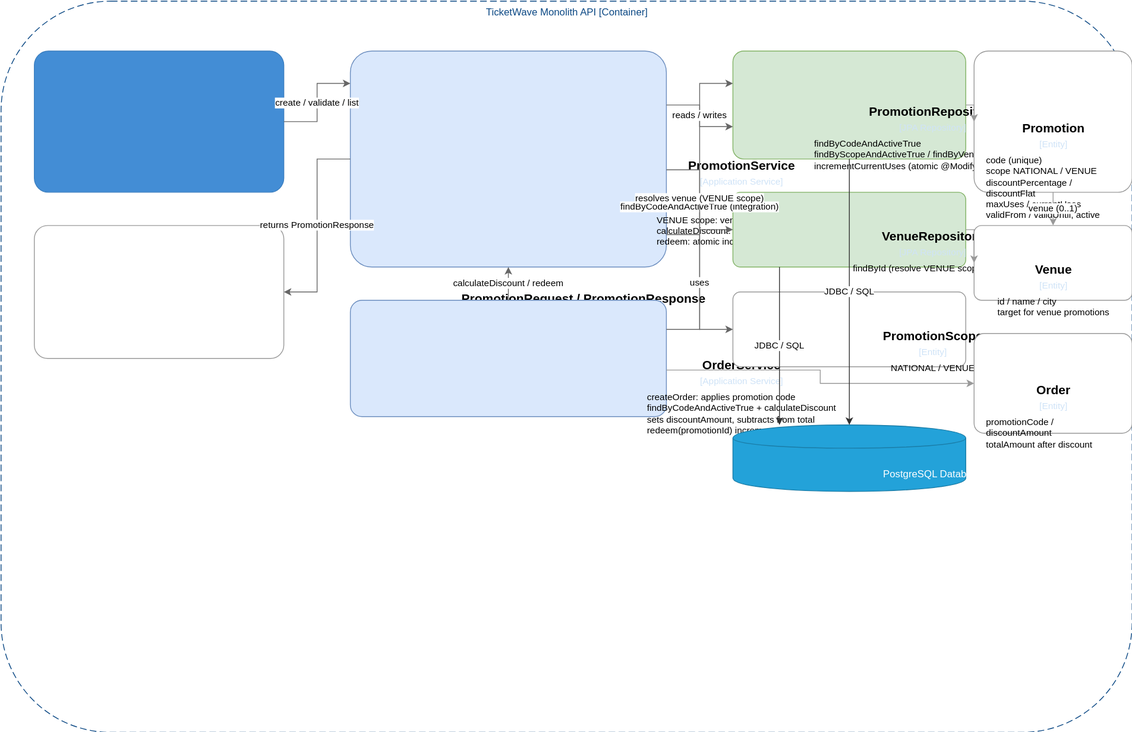
Earlier version of the draw.io export diagrams/c4model/ticketwave-c3-promotions-service.drawio.svg (Juanchoque1206/soe-TicketWave). Source tidied: cells renumbered, new cells last; positions are measured from the earlier drawing's top-left corner, leaving out a move shared by most shapes.
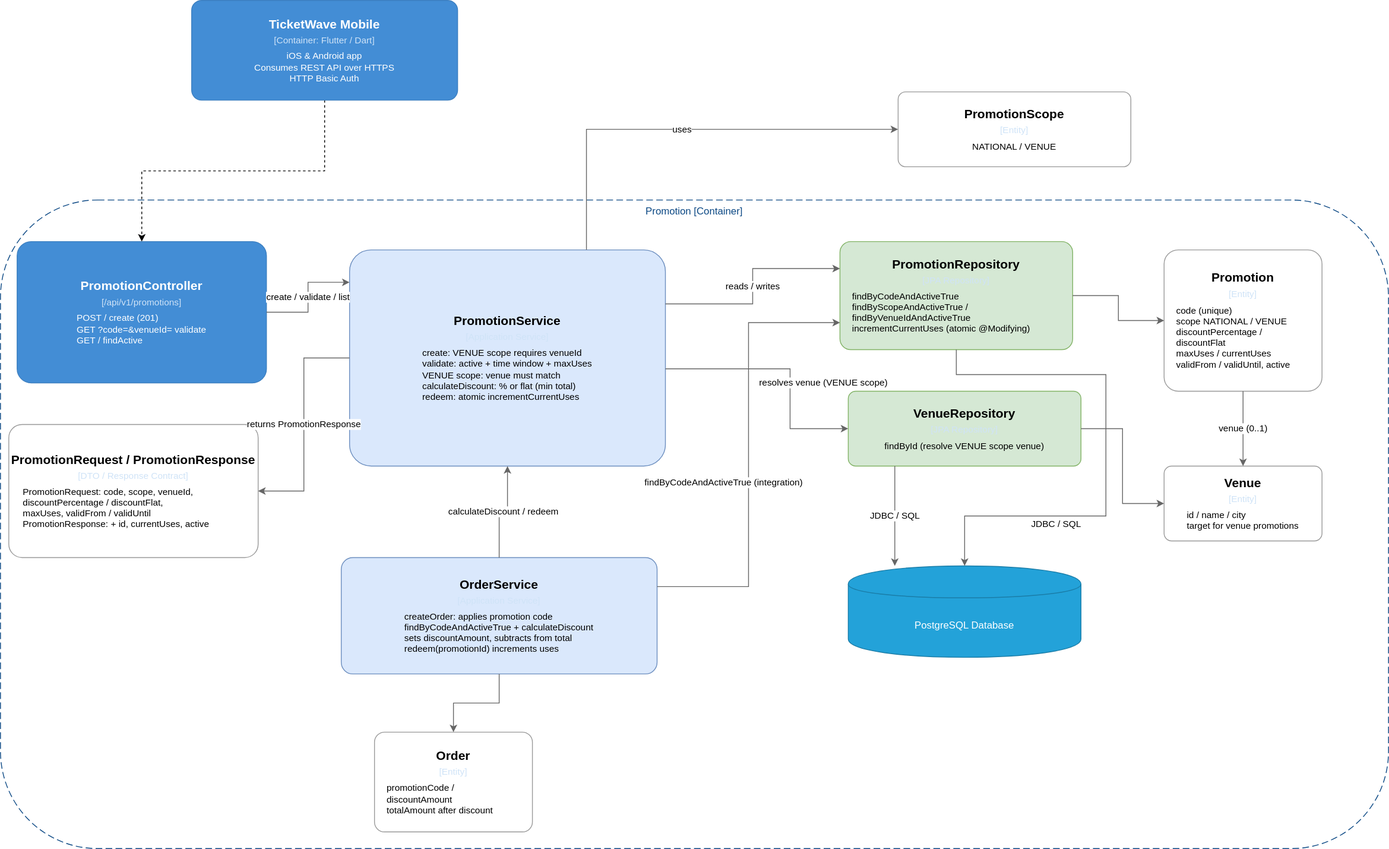
Later version of the same file.

What changed in the source:
```diff
@@ -2,41 +2,41 @@
   <root>
     <mxCell id="0" />
     <mxCell id="1" parent="0" />
-    <mxCell id="2" value="TicketWave Monolith API [Container]" style="group;rounded=1;whiteSpace=wrap;html=1;dashed=1;strokeColor=#0b4884;fillColor=none;fontColor=#0b4884;dashPattern=8 4;" parent="1" vertex="1">
-      <mxGeometry width="1360" height="880" as="geometry" />
+    <mxCell id="2" value="Promotion&amp;nbsp;[Container]" style="group;rounded=1;whiteSpace=wrap;html=1;dashed=1;strokeColor=#0b4884;fillColor=none;fontColor=#0b4884;dashPattern=8 4;" parent="1" vertex="1">
+      <mxGeometry width="1670" height="780" as="geometry" />
     </mxCell>
     <mxCell id="3" value="&lt;div style=&quot;border-color: rgb(218, 220, 224); font-size: 15px; font-weight: bold; margin-bottom: 4px;&quot;&gt;PromotionController&lt;/div&gt;&lt;div style=&quot;border-color: rgb(218, 220, 224); font-size: 11px; color: rgb(207, 227, 247); margin-bottom: 6px;&quot;&gt;[/api/v1/promotions]&lt;/div&gt;&lt;div style=&quot;border-color: rgb(218, 220, 224); font-size: 11px; text-align: left; padding: 0px 14px;&quot;&gt;POST /  create (201)&lt;/div&gt;&lt;div style=&quot;border-color: rgb(218, 220, 224); font-size: 11px; text-align: left; padding: 0px 14px;&quot;&gt;GET ?code=&amp;venueId=  validate&lt;/div&gt;&lt;div style=&quot;border-color: rgb(218, 220, 224); font-size: 11px; text-align: left; padding: 0px 14px;&quot;&gt;GET /  findActive&lt;/div&gt;" style="rounded=1;whiteSpace=wrap;html=1;fillColor=#438dd5;strokeColor=#3c7fc0;fontColor=#ffffff;arcSize=10;" parent="1" vertex="1">
-      <mxGeometry x="40" y="60" width="300" height="170" as="geometry" />
+      <mxGeometry x="20" y="50" width="300" height="170" as="geometry" />
     </mxCell>
     <mxCell id="4" value="&lt;div style=&quot;border-color: rgb(218, 220, 224); font-size: 15px; font-weight: bold; margin-bottom: 4px;&quot;&gt;PromotionRequest / PromotionResponse&lt;/div&gt;&lt;div style=&quot;border-color: rgb(218, 220, 224); font-size: 11px; color: rgb(207, 227, 247); margin-bottom: 6px;&quot;&gt;[DTO / Response Contract]&lt;/div&gt;&lt;div style=&quot;border-color: rgb(218, 220, 224); font-size: 11px; text-align: left; padding: 0px 14px;&quot;&gt;PromotionRequest: code, scope, venueId,&lt;/div&gt;&lt;div style=&quot;border-color: rgb(218, 220, 224); font-size: 11px; text-align: left; padding: 0px 14px;&quot;&gt;discountPercentage / discountFlat,&lt;/div&gt;&lt;div style=&quot;border-color: rgb(218, 220, 224); font-size: 11px; text-align: left; padding: 0px 14px;&quot;&gt;maxUses, validFrom / validUntil&lt;/div&gt;&lt;div style=&quot;border-color: rgb(218, 220, 224); font-size: 11px; text-align: left; padding: 0px 14px;&quot;&gt;PromotionResponse: + id, currentUses, active&lt;/div&gt;" style="rounded=1;whiteSpace=wrap;html=1;fillColor=#ffffff;strokeColor=#999999;arcSize=10;" parent="1" vertex="1">
-      <mxGeometry x="40" y="270" width="300" height="160" as="geometry" />
+      <mxGeometry x="10" y="270" width="300" height="160" as="geometry" />
     </mxCell>
     <mxCell id="5" value="&lt;div style=&quot;border-color: rgb(218, 220, 224); font-size: 15px; font-weight: bold; margin-bottom: 4px;&quot;&gt;PromotionService&lt;/div&gt;&lt;div style=&quot;border-color: rgb(218, 220, 224); font-size: 11px; color: rgb(207, 227, 247); margin-bottom: 6px;&quot;&gt;[Application Service]&lt;/div&gt;&lt;div style=&quot;border-color: rgb(218, 220, 224); font-size: 11px; text-align: left; padding: 0px 14px;&quot;&gt;create: VENUE scope requires venueId&lt;/div&gt;&lt;div style=&quot;border-color: rgb(218, 220, 224); font-size: 11px; text-align: left; padding: 0px 14px;&quot;&gt;validate: active + time window + maxUses&lt;/div&gt;&lt;div style=&quot;border-color: rgb(218, 220, 224); font-size: 11px; text-align: left; padding: 0px 14px;&quot;&gt;VENUE scope: venue must match&lt;/div&gt;&lt;div style=&quot;border-color: rgb(218, 220, 224); font-size: 11px; text-align: left; padding: 0px 14px;&quot;&gt;calculateDiscount: % or flat (min total)&lt;/div&gt;&lt;div style=&quot;border-color: rgb(218, 220, 224); font-size: 11px; text-align: left; padding: 0px 14px;&quot;&gt;redeem: atomic incrementCurrentUses&lt;/div&gt;" style="rounded=1;whiteSpace=wrap;html=1;fillColor=#dae8fc;strokeColor=#6c8ebf;arcSize=10;" parent="1" vertex="1">
       <mxGeometry x="420" y="60" width="380" height="260" as="geometry" />
     </mxCell>
     <mxCell id="6" value="&lt;div style=&quot;border-color: rgb(218, 220, 224); font-size: 15px; font-weight: bold; margin-bottom: 4px;&quot;&gt;OrderService&lt;/div&gt;&lt;div style=&quot;border-color: rgb(218, 220, 224); font-size: 11px; color: rgb(207, 227, 247); margin-bottom: 6px;&quot;&gt;[Application Service]&lt;/div&gt;&lt;div style=&quot;border-color: rgb(218, 220, 224); font-size: 11px; text-align: left; padding: 0px 14px;&quot;&gt;createOrder: applies promotion code&lt;/div&gt;&lt;div style=&quot;border-color: rgb(218, 220, 224); font-size: 11px; text-align: left; padding: 0px 14px;&quot;&gt;findByCodeAndActiveTrue + calculateDiscount&lt;/div&gt;&lt;div style=&quot;border-color: rgb(218, 220, 224); font-size: 11px; text-align: left; padding: 0px 14px;&quot;&gt;sets discountAmount, subtracts from total&lt;/div&gt;&lt;div style=&quot;border-color: rgb(218, 220, 224); font-size: 11px; text-align: left; padding: 0px 14px;&quot;&gt;redeem(promotionId) increments uses&lt;/div&gt;" style="rounded=1;whiteSpace=wrap;html=1;fillColor=#dae8fc;strokeColor=#6c8ebf;arcSize=10;" parent="1" vertex="1">
-      <mxGeometry x="420" y="360" width="380" height="140" as="geometry" />
+      <mxGeometry x="410" y="430" width="380" height="140" as="geometry" />
     </mxCell>
     <mxCell id="7" value="&lt;div style=&quot;border-color: rgb(218, 220, 224); font-size: 15px; font-weight: bold; margin-bottom: 4px;&quot;&gt;PromotionRepository&lt;/div&gt;&lt;div style=&quot;border-color: rgb(218, 220, 224); font-size: 11px; color: rgb(207, 227, 247); margin-bottom: 6px;&quot;&gt;[JPA Repository]&lt;/div&gt;&lt;div style=&quot;border-color: rgb(218, 220, 224); font-size: 11px; text-align: left; padding: 0px 14px;&quot;&gt;findByCodeAndActiveTrue&lt;/div&gt;&lt;div style=&quot;border-color: rgb(218, 220, 224); font-size: 11px; text-align: left; padding: 0px 14px;&quot;&gt;findByScopeAndActiveTrue / findByVenueIdAndActiveTrue&lt;/div&gt;&lt;div style=&quot;border-color: rgb(218, 220, 224); font-size: 11px; text-align: left; padding: 0px 14px;&quot;&gt;incrementCurrentUses (atomic @Modifying)&lt;/div&gt;" style="rounded=1;whiteSpace=wrap;html=1;fillColor=#d5e8d4;strokeColor=#82b366;arcSize=10;" parent="1" vertex="1">
-      <mxGeometry x="880" y="60" width="280" height="130" as="geometry" />
+      <mxGeometry x="1010" y="50" width="280" height="130" as="geometry" />
     </mxCell>
     <mxCell id="8" value="&lt;div style=&quot;border-color: rgb(218, 220, 224); font-size: 15px; font-weight: bold; margin-bottom: 4px;&quot;&gt;VenueRepository&lt;/div&gt;&lt;div style=&quot;border-color: rgb(218, 220, 224); font-size: 11px; color: rgb(207, 227, 247); margin-bottom: 6px;&quot;&gt;[JPA Repository]&lt;/div&gt;&lt;div style=&quot;border-color: rgb(218, 220, 224); font-size: 11px; text-align: left; padding: 0px 14px;&quot;&gt;findById (resolve VENUE scope venue)&lt;/div&gt;" style="rounded=1;whiteSpace=wrap;html=1;fillColor=#d5e8d4;strokeColor=#82b366;arcSize=10;" parent="1" vertex="1">
-      <mxGeometry x="880" y="230" width="280" height="90" as="geometry" />
+      <mxGeometry x="1020" y="230" width="280" height="90" as="geometry" />
     </mxCell>
     <mxCell id="9" value="&lt;div style=&quot;border-color: rgb(218, 220, 224); font-size: 15px; font-weight: bold; margin-bottom: 4px;&quot;&gt;PromotionScope&lt;/div&gt;&lt;div style=&quot;border-color: rgb(218, 220, 224); font-size: 11px; color: rgb(207, 227, 247); margin-bottom: 6px;&quot;&gt;[Entity]&lt;/div&gt;&lt;div style=&quot;border-color: rgb(218, 220, 224); font-size: 11px; text-align: left; padding: 0px 14px;&quot;&gt;NATIONAL / VENUE&lt;/div&gt;" style="rounded=1;whiteSpace=wrap;html=1;fillColor=#ffffff;strokeColor=#999999;arcSize=10;" parent="1" vertex="1">
-      <mxGeometry x="880" y="350" width="280" height="90" as="geometry" />
+      <mxGeometry x="1080" y="-130" width="280" height="90" as="geometry" />
     </mxCell>
     <mxCell id="10" value="PostgreSQL Database" style="shape=cylinder;whiteSpace=wrap;html=1;boundedLbl=1;backgroundOutline=1;fillColor=#23a2d9;strokeColor=#1a7da8;fontColor=#ffffff;" parent="1" vertex="1">
-      <mxGeometry x="880" y="510" width="280" height="80" as="geometry" />
+      <mxGeometry x="1020" y="440" width="280" height="110" as="geometry" />
     </mxCell>
     <mxCell id="11" value="&lt;div style=&quot;border-color: rgb(218, 220, 224); font-size: 15px; font-weight: bold; margin-bottom: 4px;&quot;&gt;Promotion&lt;/div&gt;&lt;div style=&quot;border-color: rgb(218, 220, 224); font-size: 11px; color: rgb(207, 227, 247); margin-bottom: 6px;&quot;&gt;[Entity]&lt;/div&gt;&lt;div style=&quot;border-color: rgb(218, 220, 224); font-size: 11px; text-align: left; padding: 0px 14px;&quot;&gt;code (unique)&lt;/div&gt;&lt;div style=&quot;border-color: rgb(218, 220, 224); font-size: 11px; text-align: left; padding: 0px 14px;&quot;&gt;scope NATIONAL / VENUE&lt;/div&gt;&lt;div style=&quot;border-color: rgb(218, 220, 224); font-size: 11px; text-align: left; padding: 0px 14px;&quot;&gt;discountPercentage / discountFlat&lt;/div&gt;&lt;div style=&quot;border-color: rgb(218, 220, 224); font-size: 11px; text-align: left; padding: 0px 14px;&quot;&gt;maxUses / currentUses&lt;/div&gt;&lt;div style=&quot;border-color: rgb(218, 220, 224); font-size: 11px; text-align: left; padding: 0px 14px;&quot;&gt;validFrom / validUntil, active&lt;/div&gt;" style="rounded=1;whiteSpace=wrap;html=1;fillColor=#ffffff;strokeColor=#999999;arcSize=10;" parent="1" vertex="1">
-      <mxGeometry x="1170" y="60" width="190" height="170" as="geometry" />
+      <mxGeometry x="1400" y="60" width="190" height="170" as="geometry" />
     </mxCell>
     <mxCell id="12" value="&lt;div style=&quot;border-color: rgb(218, 220, 224); font-size: 15px; font-weight: bold; margin-bottom: 4px;&quot;&gt;Venue&lt;/div&gt;&lt;div style=&quot;border-color: rgb(218, 220, 224); font-size: 11px; color: rgb(207, 227, 247); margin-bottom: 6px;&quot;&gt;[Entity]&lt;/div&gt;&lt;div style=&quot;border-color: rgb(218, 220, 224); font-size: 11px; text-align: left; padding: 0px 14px;&quot;&gt;id / name / city&lt;/div&gt;&lt;div style=&quot;border-color: rgb(218, 220, 224); font-size: 11px; text-align: left; padding: 0px 14px;&quot;&gt;target for venue promotions&lt;/div&gt;" style="rounded=1;whiteSpace=wrap;html=1;fillColor=#ffffff;strokeColor=#999999;arcSize=10;" parent="1" vertex="1">
-      <mxGeometry x="1170" y="270" width="190" height="90" as="geometry" />
+      <mxGeometry x="1400" y="320" width="190" height="90" as="geometry" />
     </mxCell>
     <mxCell id="13" value="&lt;div style=&quot;border-color: rgb(218, 220, 224); font-size: 15px; font-weight: bold; margin-bottom: 4px;&quot;&gt;Order&lt;/div&gt;&lt;div style=&quot;border-color: rgb(218, 220, 224); font-size: 11px; color: rgb(207, 227, 247); margin-bottom: 6px;&quot;&gt;[Entity]&lt;/div&gt;&lt;div style=&quot;border-color: rgb(218, 220, 224); font-size: 11px; text-align: left; padding: 0px 14px;&quot;&gt;promotionCode / discountAmount&lt;/div&gt;&lt;div style=&quot;border-color: rgb(218, 220, 224); font-size: 11px; text-align: left; padding: 0px 14px;&quot;&gt;totalAmount after discount&lt;/div&gt;" style="rounded=1;whiteSpace=wrap;html=1;fillColor=#ffffff;strokeColor=#999999;arcSize=10;" parent="1" vertex="1">
-      <mxGeometry x="1170" y="400" width="190" height="120" as="geometry" />
+      <mxGeometry x="450" y="640" width="190" height="120" as="geometry" />
     </mxCell>
     <mxCell id="14" value="create / validate / list" style="edgeStyle=orthogonalEdgeStyle;rounded=0;html=1;strokeColor=#666666;exitX=1;exitY=0.5;entryX=0;entryY=0.15;" parent="1" edge="1" source="3" target="5">
       <mxGeometry relative="1" as="geometry" />
@@ -47,35 +47,53 @@
     <mxCell id="16" value="calculateDiscount / redeem" style="edgeStyle=orthogonalEdgeStyle;rounded=0;html=1;strokeColor=#666666;exitX=0.5;exitY=0;entryX=0.5;entryY=1;" parent="1" edge="1" source="6" target="5">
       <mxGeometry relative="1" as="geometry" />
     </mxCell>
-    <mxCell id="17" value="findByCodeAndActiveTrue (integration)" style="edgeStyle=orthogonalEdgeStyle;rounded=0;html=1;strokeColor=#666666;exitX=1;exitY=0.25;entryX=0;entryY=0.3;" parent="1" edge="1" source="6" target="7">
-      <mxGeometry relative="1" as="geometry" />
+    <mxCell id="17" value="findByCodeAndActiveTrue (integration)" style="edgeStyle=orthogonalEdgeStyle;rounded=0;html=1;strokeColor=#666666;exitX=1;exitY=0.25;entryX=0;entryY=0.75;entryDx=0;entryDy=0;" parent="1" edge="1" source="6" target="7">
+      <mxGeometry x="-0.13" y="30" relative="1" as="geometry" />
     </mxCell>
-    <mxCell id="18" value="reads / writes" style="edgeStyle=orthogonalEdgeStyle;rounded=0;html=1;strokeColor=#666666;exitX=1;exitY=0.25;entryX=0;entryY=0.7;" parent="1" edge="1" source="5" target="7">
+    <mxCell id="18" value="reads / writes" style="edgeStyle=orthogonalEdgeStyle;rounded=0;html=1;strokeColor=#666666;exitX=1;exitY=0.25;entryX=0;entryY=0.25;entryDx=0;entryDy=0;" parent="1" edge="1" source="5" target="7">
       <mxGeometry relative="1" as="geometry" />
     </mxCell>
     <mxCell id="19" value="resolves venue (VENUE scope)" style="edgeStyle=orthogonalEdgeStyle;rounded=0;html=1;strokeColor=#666666;exitX=1;exitY=0.55;entryX=0;entryY=0.5;" parent="1" edge="1" source="5" target="8">
-      <mxGeometry relative="1" as="geometry" />
+      <mxGeometry x="0.14" y="40" relative="1" as="geometry">
+        <Array as="points">
+          <mxPoint x="950" y="203" />
+          <mxPoint x="950" y="275" />
+        </Array>
+      </mxGeometry>
     </mxCell>
-    <mxCell id="20" value="uses" style="edgeStyle=orthogonalEdgeStyle;rounded=0;html=1;strokeColor=#666666;exitX=1;exitY=0.85;entryX=0;entryY=0.5;" parent="1" edge="1" source="5" target="9">
+    <mxCell id="20" value="uses" style="edgeStyle=orthogonalEdgeStyle;rounded=0;html=1;strokeColor=#666666;exitX=0.75;exitY=0;entryX=0;entryY=0.5;exitDx=0;exitDy=0;" parent="1" edge="1" source="5" target="9">
       <mxGeometry relative="1" as="geometry" />
     </mxCell>
-    <mxCell id="21" style="edgeStyle=orthogonalEdgeStyle;rounded=0;html=1;strokeColor=#666666;strokeColor=#999999;exitX=1;exitY=0.6;entryX=0;entryY=0.5;" parent="1" edge="1" source="6" target="13">
+    <mxCell id="21" style="edgeStyle=orthogonalEdgeStyle;rounded=0;html=1;strokeColor=#666666;exitX=0.5;exitY=1;entryX=0.5;entryY=0;entryDx=0;entryDy=0;exitDx=0;exitDy=0;" parent="1" edge="1" source="6" target="13">
       <mxGeometry relative="1" as="geometry" />
     </mxCell>
-    <mxCell id="22" style="edgeStyle=orthogonalEdgeStyle;rounded=0;html=1;strokeColor=#666666;strokeColor=#999999;exitX=1;exitY=0.5;entryX=0;entryY=0.5;" parent="1" edge="1" source="7" target="11">
+    <mxCell id="22" style="edgeStyle=orthogonalEdgeStyle;rounded=0;html=1;strokeColor=#666666;exitX=1;exitY=0.5;entryX=0;entryY=0.5;" parent="1" edge="1" source="7" target="11">
       <mxGeometry relative="1" as="geometry" />
     </mxCell>
-    <mxCell id="23" style="edgeStyle=orthogonalEdgeStyle;rounded=0;html=1;strokeColor=#666666;strokeColor=#999999;exitX=1;exitY=0.5;entryX=0;entryY=0.5;" parent="1" edge="1" source="8" target="12">
+    <mxCell id="23" style="edgeStyle=orthogonalEdgeStyle;rounded=0;html=1;strokeColor=#666666;exitX=1;exitY=0.5;entryX=0;entryY=0.5;" parent="1" edge="1" source="8" target="12">
       <mxGeometry relative="1" as="geometry" />
     </mxCell>
-    <mxCell id="24" value="venue (0..1)" style="edgeStyle=orthogonalEdgeStyle;rounded=0;html=1;strokeColor=#666666;strokeColor=#999999;exitX=0.5;exitY=1;entryX=0.5;entryY=0;" parent="1" edge="1" source="11" target="12">
+    <mxCell id="24" value="venue (0..1)" style="edgeStyle=orthogonalEdgeStyle;rounded=0;html=1;strokeColor=#666666;exitX=0.5;exitY=1;entryX=0.5;entryY=0;" parent="1" edge="1" source="11" target="12">
       <mxGeometry relative="1" as="geometry" />
     </mxCell>
-    <mxCell id="25" value="JDBC / SQL" style="edgeStyle=orthogonalEdgeStyle;rounded=0;html=1;strokeColor=#666666;strokeColor=#333333;exitX=0.5;exitY=1;entryX=0.5;entryY=0;" parent="1" edge="1" source="7" target="10">
-      <mxGeometry relative="1" as="geometry" />
+    <mxCell id="25" value="JDBC / SQL" style="edgeStyle=orthogonalEdgeStyle;rounded=0;html=1;strokeColor=#666666;exitX=0.5;exitY=1;entryX=0.5;entryY=0;" parent="1" edge="1" source="7" target="10">
+      <mxGeometry x="0.44" y="10" relative="1" as="geometry">
+        <Array as="points">
+          <mxPoint x="1150" y="210" />
+          <mxPoint x="1330" y="210" />
+          <mxPoint x="1330" y="380" />
+          <mxPoint x="1160" y="380" />
+        </Array>
+      </mxGeometry>
     </mxCell>
-    <mxCell id="26" value="JDBC / SQL" style="edgeStyle=orthogonalEdgeStyle;rounded=0;html=1;strokeColor=#666666;strokeColor=#333333;exitX=0.2;exitY=1;entryX=0.2;entryY=0;" parent="1" edge="1" source="8" target="10">
+    <mxCell id="26" value="JDBC / SQL" style="edgeStyle=orthogonalEdgeStyle;rounded=0;html=1;strokeColor=#666666;exitX=0.2;exitY=1;entryX=0.2;entryY=0;" parent="1" edge="1" source="8" target="10">
       <mxGeometry relative="1" as="geometry" />
     </mxCell>
+    <mxCell id="27" style="edgeStyle=orthogonalEdgeStyle;rounded=0;jettySize=auto;html=1;dashed=1;" parent="1" edge="1" source="28" target="3">
+      <mxGeometry relative="1" as="geometry" />
+    </mxCell>
+    <mxCell id="28" value="&lt;div style=&quot;border-color: rgb(218, 220, 224); font-size: 15px; font-weight: bold; margin-bottom: 4px;&quot;&gt;TicketWave Mobile&lt;/div&gt;&lt;div style=&quot;border-color: rgb(218, 220, 224); font-size: 11px; color: rgb(207, 227, 247); margin-bottom: 6px;&quot;&gt;[Container: Flutter / Dart]&lt;/div&gt;&lt;div style=&quot;border-color: rgb(218, 220, 224); font-size: 11px;&quot;&gt;iOS &amp;amp; Android app&lt;/div&gt;&lt;div style=&quot;border-color: rgb(218, 220, 224); font-size: 11px;&quot;&gt;Consumes REST API over HTTPS&lt;/div&gt;&lt;div style=&quot;border-color: rgb(218, 220, 224); font-size: 11px;&quot;&gt;HTTP Basic Auth&lt;/div&gt;" style="rounded=1;whiteSpace=wrap;html=1;fillColor=#438dd5;strokeColor=#3c7fc0;fontColor=#ffffff;arcSize=10;" parent="1" vertex="1">
+      <mxGeometry x="230" y="-240" width="320" height="120" as="geometry" />
+    </mxCell>
   </root>
 </mxGraphModel>
```
